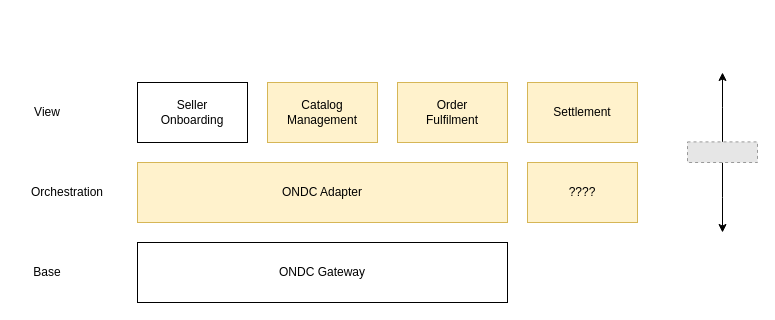
Before: adr/0001-initial-architecture/intial-architecture.drawio in arked-digital/ondc-adr, a draw.io diagram. Source tidied: cells renumbered, new cells numbered last; positions are measured from the earlier drawing's top-left corner, leaving out a move shared by most shapes. Both pictures are drawn from the tidied source at 100%, with x=0, y=0 at pixel (17, 72). Pictures stored in the file or linked from it are replaced by grey dashed boxes.
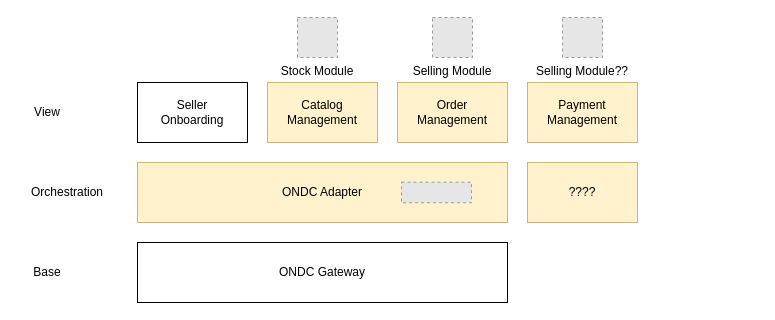
After the change.

What changed in the source:
```diff
@@
 <mxGraphModel>
   <root>
     <mxCell id="0" />
     <mxCell id="1" parent="0" />
     <mxCell id="2" value="Seller&lt;div&gt;Onboarding&lt;/div&gt;" style="rounded=0;whiteSpace=wrap;html=1;" parent="1" vertex="1">
       <mxGeometry x="120" y="10" width="110" height="60" as="geometry" />
     </mxCell>
     <mxCell id="3" value="Catalog&lt;div&gt;Management&lt;/div&gt;" style="rounded=0;whiteSpace=wrap;html=1;fillColor=#fff2cc;strokeColor=#d6b656;" parent="1" vertex="1">
       <mxGeometry x="250" y="10" width="110" height="60" as="geometry" />
     </mxCell>
-    <mxCell id="4" value="Order&lt;div&gt;Fulfilment&lt;/div&gt;" style="rounded=0;whiteSpace=wrap;html=1;fillColor=#fff2cc;strokeColor=#d6b656;" parent="1" vertex="1">
+    <mxCell id="4" value="Order&lt;div&gt;Management&lt;/div&gt;" style="rounded=0;whiteSpace=wrap;html=1;fillColor=#fff2cc;strokeColor=#d6b656;" parent="1" vertex="1">
       <mxGeometry x="380" y="10" width="110" height="60" as="geometry" />
     </mxCell>
     <mxCell id="5" value="ONDC Adapter" style="rounded=0;whiteSpace=wrap;html=1;fillColor=#fff2cc;strokeColor=#d6b656;" parent="1" vertex="1">
       <mxGeometry x="120" y="90" width="370" height="60" as="geometry" />
     </mxCell>
     <mxCell id="6" value="ONDC Gateway" style="rounded=0;whiteSpace=wrap;html=1;" parent="1" vertex="1">
       <mxGeometry x="120" y="170" width="370" height="60" as="geometry" />
     </mxCell>
-    <mxCell id="7" value="Settlement" style="rounded=0;whiteSpace=wrap;html=1;fillColor=#fff2cc;strokeColor=#d6b656;" parent="1" vertex="1">
+    <mxCell id="7" value="Payment&lt;div&gt;Management&lt;/div&gt;" style="rounded=0;whiteSpace=wrap;html=1;fillColor=#fff2cc;strokeColor=#d6b656;" parent="1" vertex="1">
       <mxGeometry x="510" y="10" width="110" height="60" as="geometry" />
     </mxCell>
     <mxCell id="8" value="????" style="rounded=0;whiteSpace=wrap;html=1;fillColor=#fff2cc;strokeColor=#d6b656;" parent="1" vertex="1">
       <mxGeometry x="510" y="90" width="110" height="60" as="geometry" />
     </mxCell>
     <mxCell id="9" value="View" style="text;html=1;align=center;verticalAlign=middle;whiteSpace=wrap;rounded=0;" parent="1" vertex="1">
       <mxGeometry y="25" width="60" height="30" as="geometry" />
     </mxCell>
     <mxCell id="10" value="Orchestration" style="text;html=1;align=center;verticalAlign=middle;whiteSpace=wrap;rounded=0;" parent="1" vertex="1">
       <mxGeometry x="20" y="105" width="60" height="30" as="geometry" />
     </mxCell>
     <mxCell id="11" value="Base" style="text;html=1;align=center;verticalAlign=middle;whiteSpace=wrap;rounded=0;" parent="1" vertex="1">
       <mxGeometry y="185" width="60" height="30" as="geometry" />
     </mxCell>
-    <mxCell id="12" style="edgeStyle=orthogonalEdgeStyle;rounded=0;jettySize=auto;html=1;" parent="1" edge="1" source="14">
-      <mxGeometry relative="1" as="geometry">
-        <mxPoint x="705" as="targetPoint" />
-      </mxGeometry>
-    </mxCell>
-    <mxCell id="13" style="edgeStyle=orthogonalEdgeStyle;rounded=0;jettySize=auto;html=1;" parent="1" edge="1" source="14">
-      <mxGeometry relative="1" as="geometry">
-        <mxPoint x="705" y="160" as="targetPoint" />
-      </mxGeometry>
-    </mxCell>
     <mxCell id="14" style="fillColor=#E6E6E6;strokeColor=#999999;dashed=1;verticalLabelPosition=bottom;labelBackgroundColor=default;verticalAlign=top;" parent="1" vertex="1">
-      <mxGeometry x="670" y="69.4" width="70" height="20.6" as="geometry" />
+      <mxGeometry x="384" y="109.7" width="70" height="20.6" as="geometry" />
     </mxCell>
+    <mxCell id="15" value="Stock Module" style="fillColor=#E6E6E6;strokeColor=#999999;dashed=1;verticalLabelPosition=bottom;labelBackgroundColor=default;verticalAlign=top;" parent="1" vertex="1">
+      <mxGeometry x="280" y="-55" width="40" height="40" as="geometry" />
+    </mxCell>
+    <mxCell id="16" value="Selling Module" style="fillColor=#E6E6E6;strokeColor=#999999;dashed=1;verticalLabelPosition=bottom;labelBackgroundColor=default;verticalAlign=top;" parent="1" vertex="1">
+      <mxGeometry x="415" y="-55" width="40" height="40" as="geometry" />
+    </mxCell>
+    <mxCell id="17" value="Selling Module??" style="fillColor=#E6E6E6;strokeColor=#999999;dashed=1;verticalLabelPosition=bottom;labelBackgroundColor=default;verticalAlign=top;" parent="1" vertex="1">
+      <mxGeometry x="545" y="-55" width="40" height="40" as="geometry" />
+    </mxCell>
   </root>
 </mxGraphModel>
```
